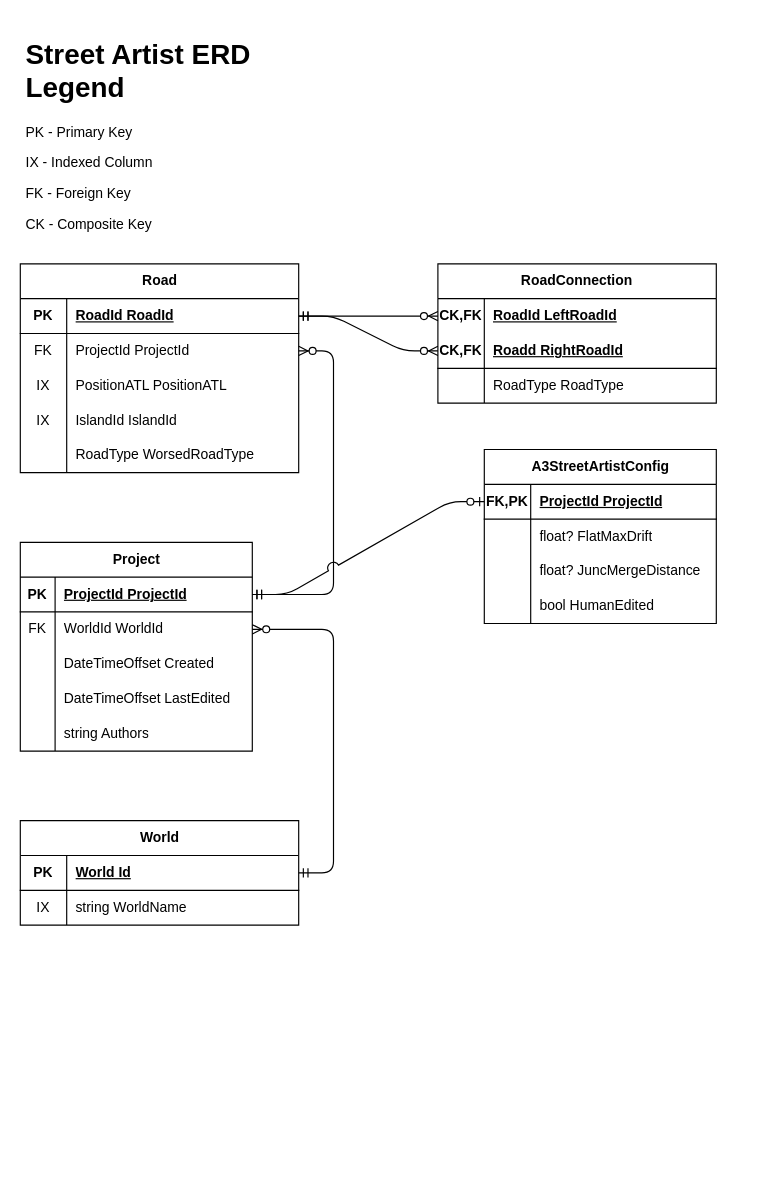
The draw.io diagram page "Data Schema" (4 of 7) of StreetArtist.Core/Docs/StreetArtistStrategy.drawio in CalebSerafin/StreetArtist, before the edit. Source tidied: cells renumbered, new cells numbered last; positions are measured from the earlier drawing's top-left corner, leaving out a move shared by most shapes. Both pictures are drawn from the tidied source at 116%, with x=0, y=0 at pixel (20, 31).
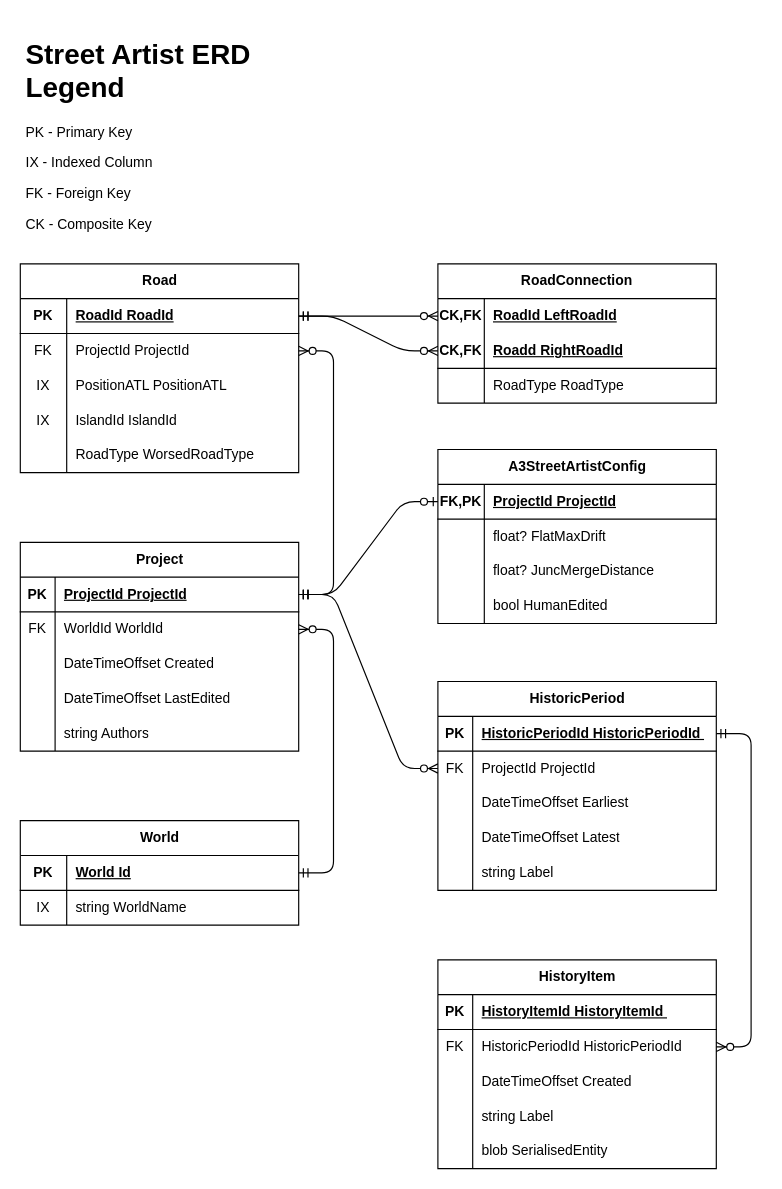
The same diagram, later.

Change to the diagram source:
```diff
@@
     <mxCell id="39" value="A3StreetArtistConfig" style="shape=table;startSize=30;childLayout=tableLayout;rowLines=0;fontStyle=1;align=center;html=1;" parent="1" vertex="1">
-      <mxGeometry x="400" y="360" width="200" height="150" as="geometry" />
+      <mxGeometry x="360" y="360" width="240" height="150" as="geometry" />
     </mxCell>
     <mxCell id="40" style="shape=tableRow;horizontal=0;startSize=0;swimlaneHead=0;swimlaneBody=0;fillColor=none;points=[[0,0.5],[1,0.5]];portConstraint=eastwest;top=0;left=0;right=0;bottom=1;" parent="39" vertex="1">
-      <mxGeometry y="30" width="200" height="30" as="geometry" />
+      <mxGeometry y="30" width="240" height="30" as="geometry" />
     </mxCell>
@@
     <mxCell id="42" value="ProjectId ProjectId" style="shape=partialRectangle;fillColor=none;top=0;left=0;bottom=0;right=0;align=left;spacingLeft=6;fontStyle=5;overflow=hidden;whiteSpace=wrap;html=1;" parent="40" vertex="1">
-      <mxGeometry x="40" width="160" height="30" as="geometry" />
+      <mxGeometry x="40" width="200" height="30" as="geometry" />
     </mxCell>
     <mxCell id="43" style="shape=tableRow;horizontal=0;startSize=0;swimlaneHead=0;swimlaneBody=0;fillColor=none;top=0;left=0;right=0;bottom=0;" parent="39" vertex="1">
-      <mxGeometry y="60" width="200" height="30" as="geometry" />
+      <mxGeometry y="60" width="240" height="30" as="geometry" />
     </mxCell>
@@
     <mxCell id="45" value="float? FlatMaxDrift" style="shape=partialRectangle;fillColor=none;top=0;left=0;bottom=0;right=0;align=left;spacingLeft=6;overflow=hidden;whiteSpace=wrap;html=1;" parent="43" vertex="1">
-      <mxGeometry x="40" width="160" height="30" as="geometry" />
+      <mxGeometry x="40" width="200" height="30" as="geometry" />
     </mxCell>
     <mxCell id="46" style="shape=tableRow;horizontal=0;startSize=0;swimlaneHead=0;swimlaneBody=0;fillColor=none;top=0;left=0;right=0;bottom=0;" parent="39" vertex="1">
-      <mxGeometry y="90" width="200" height="30" as="geometry" />
+      <mxGeometry y="90" width="240" height="30" as="geometry" />
     </mxCell>
@@
     <mxCell id="48" value="float? JuncMergeDistance" style="shape=partialRectangle;fillColor=none;top=0;left=0;bottom=0;right=0;align=left;spacingLeft=6;overflow=hidden;whiteSpace=wrap;html=1;" parent="46" vertex="1">
-      <mxGeometry x="40" width="160" height="30" as="geometry" />
+      <mxGeometry x="40" width="200" height="30" as="geometry" />
     </mxCell>
     <mxCell id="49" style="shape=tableRow;horizontal=0;startSize=0;swimlaneHead=0;swimlaneBody=0;fillColor=none;top=0;left=0;right=0;bottom=0;" parent="39" vertex="1">
-      <mxGeometry y="120" width="200" height="30" as="geometry" />
+      <mxGeometry y="120" width="240" height="30" as="geometry" />
     </mxCell>
@@
     <mxCell id="51" value="bool HumanEdited" style="shape=partialRectangle;fillColor=none;top=0;left=0;bottom=0;right=0;align=left;spacingLeft=6;overflow=hidden;whiteSpace=wrap;html=1;" parent="49" vertex="1">
-      <mxGeometry x="40" width="160" height="30" as="geometry" />
+      <mxGeometry x="40" width="200" height="30" as="geometry" />
     </mxCell>
     <mxCell id="52" value="Project" style="shape=table;startSize=30;childLayout=tableLayout;rowLines=0;fontStyle=1;align=center;html=1;" parent="1" vertex="1">
-      <mxGeometry y="440" width="200" height="180" as="geometry" />
+      <mxGeometry y="440" width="240" height="180" as="geometry" />
     </mxCell>
     <mxCell id="53" style="shape=tableRow;horizontal=0;startSize=0;swimlaneHead=0;swimlaneBody=0;fillColor=none;points=[[0,0.5],[1,0.5]];portConstraint=eastwest;top=0;left=0;right=0;bottom=1;" parent="52" vertex="1">
-      <mxGeometry y="30" width="200" height="30" as="geometry" />
+      <mxGeometry y="30" width="240" height="30" as="geometry" />
     </mxCell>
@@
     <mxCell id="55" value="ProjectId ProjectId" style="shape=partialRectangle;fillColor=none;top=0;left=0;bottom=0;right=0;align=left;spacingLeft=6;fontStyle=5;overflow=hidden;whiteSpace=wrap;html=1;" parent="53" vertex="1">
-      <mxGeometry x="30" width="170" height="30" as="geometry" />
+      <mxGeometry x="30" width="210" height="30" as="geometry" />
     </mxCell>
     <mxCell id="56" style="shape=tableRow;horizontal=0;startSize=0;swimlaneHead=0;swimlaneBody=0;fillColor=none;points=[[0,0.5],[1,0.5]];portConstraint=eastwest;top=0;left=0;right=0;bottom=0;" parent="52" vertex="1">
-      <mxGeometry y="60" width="200" height="30" as="geometry" />
+      <mxGeometry y="60" width="240" height="30" as="geometry" />
     </mxCell>
@@
     <mxCell id="58" value="WorldId WorldId" style="shape=partialRectangle;fillColor=none;top=0;left=0;bottom=0;right=0;align=left;spacingLeft=6;overflow=hidden;whiteSpace=wrap;html=1;" parent="56" vertex="1">
-      <mxGeometry x="30" width="170" height="30" as="geometry" />
+      <mxGeometry x="30" width="210" height="30" as="geometry" />
     </mxCell>
     <mxCell id="59" style="shape=tableRow;horizontal=0;startSize=0;swimlaneHead=0;swimlaneBody=0;fillColor=none;top=0;left=0;right=0;bottom=0;" parent="52" vertex="1">
-      <mxGeometry y="90" width="200" height="30" as="geometry" />
+      <mxGeometry y="90" width="240" height="30" as="geometry" />
     </mxCell>
@@
     <mxCell id="61" value="DateTimeOffset Created" style="shape=partialRectangle;fillColor=none;top=0;left=0;bottom=0;right=0;align=left;spacingLeft=6;overflow=hidden;whiteSpace=wrap;html=1;" parent="59" vertex="1">
-      <mxGeometry x="30" width="170" height="30" as="geometry" />
+      <mxGeometry x="30" width="210" height="30" as="geometry" />
     </mxCell>
     <mxCell id="62" style="shape=tableRow;horizontal=0;startSize=0;swimlaneHead=0;swimlaneBody=0;fillColor=none;top=0;left=0;right=0;bottom=0;" parent="52" vertex="1">
-      <mxGeometry y="120" width="200" height="30" as="geometry" />
+      <mxGeometry y="120" width="240" height="30" as="geometry" />
     </mxCell>
@@
     <mxCell id="64" value="DateTimeOffset LastEdited" style="shape=partialRectangle;fillColor=none;top=0;left=0;bottom=0;right=0;align=left;spacingLeft=6;overflow=hidden;whiteSpace=wrap;html=1;" parent="62" vertex="1">
-      <mxGeometry x="30" width="170" height="30" as="geometry" />
+      <mxGeometry x="30" width="210" height="30" as="geometry" />
     </mxCell>
     <mxCell id="65" style="shape=tableRow;horizontal=0;startSize=0;swimlaneHead=0;swimlaneBody=0;fillColor=none;top=0;left=0;right=0;bottom=0;" parent="52" vertex="1">
-      <mxGeometry y="150" width="200" height="30" as="geometry" />
+      <mxGeometry y="150" width="240" height="30" as="geometry" />
     </mxCell>
@@
     <mxCell id="67" value="string Authors" style="shape=partialRectangle;fillColor=none;top=0;left=0;bottom=0;right=0;align=left;spacingLeft=6;overflow=hidden;whiteSpace=wrap;html=1;" parent="65" vertex="1">
-      <mxGeometry x="30" width="170" height="30" as="geometry" />
+      <mxGeometry x="30" width="210" height="30" as="geometry" />
     </mxCell>
@@
+    <mxCell id="70" value="HistoryItem" style="shape=table;startSize=30;childLayout=tableLayout;rowLines=0;fontStyle=1;align=center;html=1;" parent="1" vertex="1">
+      <mxGeometry x="360" y="800" width="240" height="180" as="geometry" />
+    </mxCell>
+    <mxCell id="71" style="shape=tableRow;horizontal=0;startSize=0;swimlaneHead=0;swimlaneBody=0;fillColor=none;top=0;left=0;right=0;bottom=1;" parent="70" vertex="1">
+      <mxGeometry y="30" width="240" height="30" as="geometry" />
+    </mxCell>
+    <mxCell id="72" value="PK" style="shape=partialRectangle;fillColor=none;top=0;left=0;bottom=0;right=0;fontStyle=1;overflow=hidden;whiteSpace=wrap;html=1;" parent="71" vertex="1">
+      <mxGeometry width="30" height="30" as="geometry" />
+    </mxCell>
+    <mxCell id="73" value="HistoryItemId&amp;nbsp;HistoryItemId&amp;nbsp;" style="shape=partialRectangle;fillColor=none;top=0;left=0;bottom=0;right=0;align=left;spacingLeft=6;fontStyle=5;overflow=hidden;whiteSpace=wrap;html=1;" parent="71" vertex="1">
+      <mxGeometry x="30" width="210" height="30" as="geometry" />
+    </mxCell>
+    <mxCell id="74" style="shape=tableRow;horizontal=0;startSize=0;swimlaneHead=0;swimlaneBody=0;fillColor=none;points=[[0,0.5],[1,0.5]];portConstraint=eastwest;top=0;left=0;right=0;bottom=0;" parent="70" vertex="1">
+      <mxGeometry y="60" width="240" height="30" as="geometry" />
+    </mxCell>
+    <mxCell id="75" value="FK" style="shape=partialRectangle;fillColor=none;top=0;left=0;bottom=0;right=0;overflow=hidden;whiteSpace=wrap;html=1;" parent="74" vertex="1">
+      <mxGeometry width="30" height="30" as="geometry" />
+    </mxCell>
+    <mxCell id="76" value="HistoricPeriodId&amp;nbsp;HistoricPeriodId" style="shape=partialRectangle;fillColor=none;top=0;left=0;bottom=0;right=0;align=left;spacingLeft=6;overflow=hidden;whiteSpace=wrap;html=1;" parent="74" vertex="1">
+      <mxGeometry x="30" width="210" height="30" as="geometry" />
+    </mxCell>
+    <mxCell id="77" style="shape=tableRow;horizontal=0;startSize=0;swimlaneHead=0;swimlaneBody=0;fillColor=none;top=0;left=0;right=0;bottom=0;" parent="70" vertex="1">
+      <mxGeometry y="90" width="240" height="30" as="geometry" />
+    </mxCell>
+    <mxCell id="78" style="shape=partialRectangle;fillColor=none;top=0;left=0;bottom=0;right=0;overflow=hidden;whiteSpace=wrap;html=1;" parent="77" vertex="1">
+      <mxGeometry width="30" height="30" as="geometry" />
+    </mxCell>
+    <mxCell id="79" value="DateTimeOffset Created" style="shape=partialRectangle;fillColor=none;top=0;left=0;bottom=0;right=0;align=left;spacingLeft=6;overflow=hidden;whiteSpace=wrap;html=1;" parent="77" vertex="1">
+      <mxGeometry x="30" width="210" height="30" as="geometry" />
+    </mxCell>
+    <mxCell id="80" style="shape=tableRow;horizontal=0;startSize=0;swimlaneHead=0;swimlaneBody=0;fillColor=none;top=0;left=0;right=0;bottom=0;" parent="70" vertex="1">
+      <mxGeometry y="120" width="240" height="30" as="geometry" />
+    </mxCell>
+    <mxCell id="81" style="shape=partialRectangle;fillColor=none;top=0;left=0;bottom=0;right=0;overflow=hidden;whiteSpace=wrap;html=1;" parent="80" vertex="1">
+      <mxGeometry width="30" height="30" as="geometry" />
+    </mxCell>
+    <mxCell id="82" value="string Label" style="shape=partialRectangle;fillColor=none;top=0;left=0;bottom=0;right=0;align=left;spacingLeft=6;overflow=hidden;whiteSpace=wrap;html=1;" parent="80" vertex="1">
+      <mxGeometry x="30" width="210" height="30" as="geometry" />
+    </mxCell>
+    <mxCell id="83" style="shape=tableRow;horizontal=0;startSize=0;swimlaneHead=0;swimlaneBody=0;fillColor=none;top=0;left=0;right=0;bottom=0;" parent="70" vertex="1">
+      <mxGeometry y="150" width="240" height="30" as="geometry" />
+    </mxCell>
+    <mxCell id="84" style="shape=partialRectangle;fillColor=none;top=0;left=0;bottom=0;right=0;overflow=hidden;whiteSpace=wrap;html=1;" parent="83" vertex="1">
+      <mxGeometry width="30" height="30" as="geometry" />
+    </mxCell>
+    <mxCell id="85" value="blob SerialisedEntity" style="shape=partialRectangle;fillColor=none;top=0;left=0;bottom=0;right=0;align=left;spacingLeft=6;overflow=hidden;whiteSpace=wrap;html=1;" parent="83" vertex="1">
+      <mxGeometry x="30" width="210" height="30" as="geometry" />
+    </mxCell>
+    <mxCell id="86" style="edgeStyle=entityRelationEdgeStyle;fontSize=12;html=1;endArrow=ERzeroToMany;startArrow=ERmandOne;jumpStyle=arc;jumpSize=10;rounded=1;" parent="1" edge="1" source="88" target="74">
+      <mxGeometry relative="1" as="geometry" />
+    </mxCell>
+    <mxCell id="87" value="HistoricPeriod" style="shape=table;startSize=30;childLayout=tableLayout;rowLines=0;fontStyle=1;align=center;html=1;" parent="1" vertex="1">
+      <mxGeometry x="360" y="560" width="240" height="180" as="geometry" />
+    </mxCell>
+    <mxCell id="88" style="shape=tableRow;horizontal=0;startSize=0;swimlaneHead=0;swimlaneBody=0;fillColor=none;points=[[0,0.5],[1,0.5]];portConstraint=eastwest;top=0;left=0;right=0;bottom=1;" parent="87" vertex="1">
+      <mxGeometry y="30" width="240" height="30" as="geometry" />
+    </mxCell>
+    <mxCell id="89" value="PK" style="shape=partialRectangle;fillColor=none;top=0;left=0;bottom=0;right=0;fontStyle=1;overflow=hidden;whiteSpace=wrap;html=1;" parent="88" vertex="1">
+      <mxGeometry width="30" height="30" as="geometry" />
+    </mxCell>
+    <mxCell id="90" value="HistoricPeriodId&amp;nbsp;HistoricPeriodId&amp;nbsp;" style="shape=partialRectangle;fillColor=none;top=0;left=0;bottom=0;right=0;align=left;spacingLeft=6;fontStyle=5;overflow=hidden;whiteSpace=wrap;html=1;" parent="88" vertex="1">
+      <mxGeometry x="30" width="210" height="30" as="geometry" />
+    </mxCell>
+    <mxCell id="91" style="shape=tableRow;horizontal=0;startSize=0;swimlaneHead=0;swimlaneBody=0;fillColor=none;points=[[0,0.5],[1,0.5]];portConstraint=eastwest;top=0;left=0;right=0;bottom=0;" parent="87" vertex="1">
+      <mxGeometry y="60" width="240" height="30" as="geometry" />
+    </mxCell>
+    <mxCell id="92" value="FK" style="shape=partialRectangle;fillColor=none;top=0;left=0;bottom=0;right=0;overflow=hidden;whiteSpace=wrap;html=1;" parent="91" vertex="1">
+      <mxGeometry width="30" height="30" as="geometry" />
+    </mxCell>
+    <mxCell id="93" value="ProjectId ProjectId" style="shape=partialRectangle;fillColor=none;top=0;left=0;bottom=0;right=0;align=left;spacingLeft=6;overflow=hidden;whiteSpace=wrap;html=1;" parent="91" vertex="1">
+      <mxGeometry x="30" width="210" height="30" as="geometry" />
+    </mxCell>
+    <mxCell id="94" style="shape=tableRow;horizontal=0;startSize=0;swimlaneHead=0;swimlaneBody=0;fillColor=none;top=0;left=0;right=0;bottom=0;" parent="87" vertex="1">
+      <mxGeometry y="90" width="240" height="30" as="geometry" />
+    </mxCell>
+    <mxCell id="95" style="shape=partialRectangle;fillColor=none;top=0;left=0;bottom=0;right=0;overflow=hidden;whiteSpace=wrap;html=1;" parent="94" vertex="1">
+      <mxGeometry width="30" height="30" as="geometry" />
+    </mxCell>
+    <mxCell id="96" value="DateTimeOffset Earliest" style="shape=partialRectangle;fillColor=none;top=0;left=0;bottom=0;right=0;align=left;spacingLeft=6;overflow=hidden;whiteSpace=wrap;html=1;" parent="94" vertex="1">
+      <mxGeometry x="30" width="210" height="30" as="geometry" />
+    </mxCell>
+    <mxCell id="97" style="shape=tableRow;horizontal=0;startSize=0;swimlaneHead=0;swimlaneBody=0;fillColor=none;top=0;left=0;right=0;bottom=0;" parent="87" vertex="1">
+      <mxGeometry y="120" width="240" height="30" as="geometry" />
+    </mxCell>
+    <mxCell id="98" style="shape=partialRectangle;fillColor=none;top=0;left=0;bottom=0;right=0;overflow=hidden;whiteSpace=wrap;html=1;" parent="97" vertex="1">
+      <mxGeometry width="30" height="30" as="geometry" />
+    </mxCell>
+    <mxCell id="99" value="DateTimeOffset Latest" style="shape=partialRectangle;fillColor=none;top=0;left=0;bottom=0;right=0;align=left;spacingLeft=6;overflow=hidden;whiteSpace=wrap;html=1;" parent="97" vertex="1">
+      <mxGeometry x="30" width="210" height="30" as="geometry" />
+    </mxCell>
+    <mxCell id="100" style="shape=tableRow;horizontal=0;startSize=0;swimlaneHead=0;swimlaneBody=0;fillColor=none;top=0;left=0;right=0;bottom=0;" parent="87" vertex="1">
+      <mxGeometry y="150" width="240" height="30" as="geometry" />
+    </mxCell>
+    <mxCell id="101" style="shape=partialRectangle;fillColor=none;top=0;left=0;bottom=0;right=0;overflow=hidden;whiteSpace=wrap;html=1;" parent="100" vertex="1">
+      <mxGeometry width="30" height="30" as="geometry" />
+    </mxCell>
+    <mxCell id="102" value="string Label" style="shape=partialRectangle;fillColor=none;top=0;left=0;bottom=0;right=0;align=left;spacingLeft=6;overflow=hidden;whiteSpace=wrap;html=1;" parent="100" vertex="1">
+      <mxGeometry x="30" width="210" height="30" as="geometry" />
+    </mxCell>
+    <mxCell id="103" style="edgeStyle=entityRelationEdgeStyle;fontSize=12;html=1;endArrow=ERzeroToMany;startArrow=ERmandOne;jumpStyle=arc;jumpSize=10;rounded=1;" parent="1" edge="1" source="53" target="91">
+      <mxGeometry relative="1" as="geometry" />
+    </mxCell>
```
